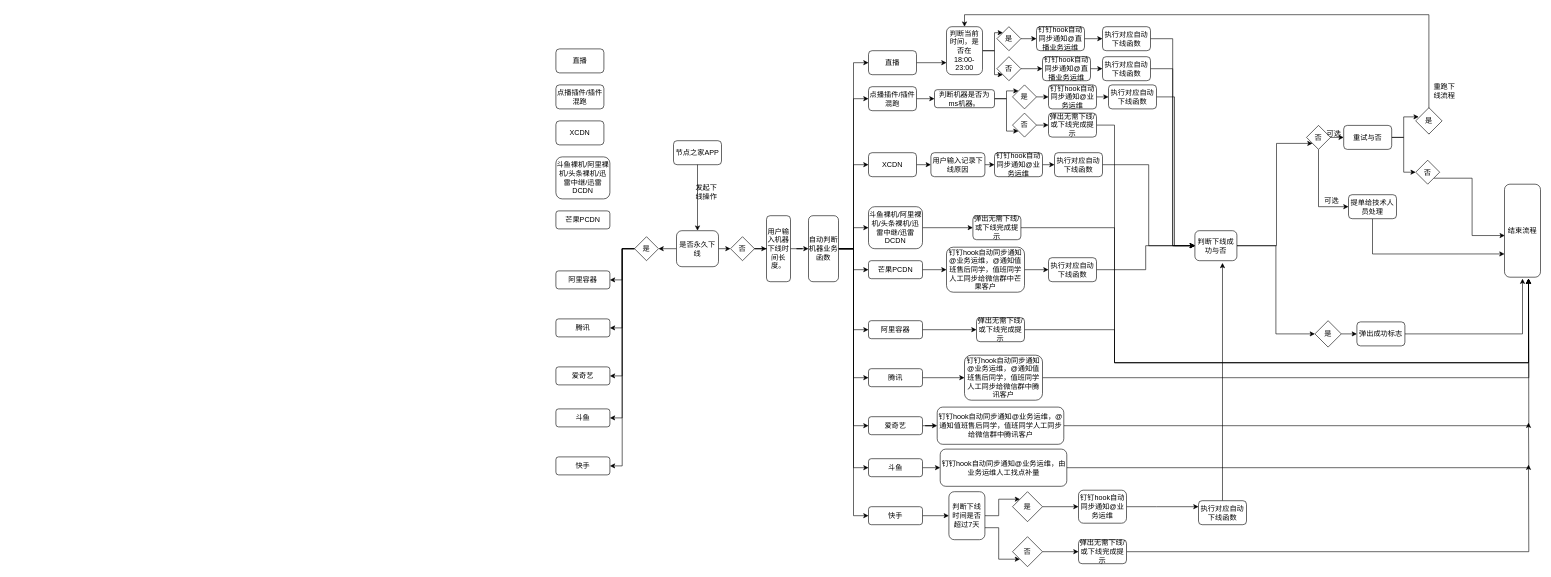
Above: Auto_Outline.drawio in Henryblankwu/untitled7 (draw.io), before the change. Source tidied: cells renumbered, new cells numbered last; positions are measured from the earlier drawing's top-left corner, leaving out a move shared by most shapes. Both pictures are drawn from the tidied source at 60%, with x=0, y=0 at pixel (556, 14).
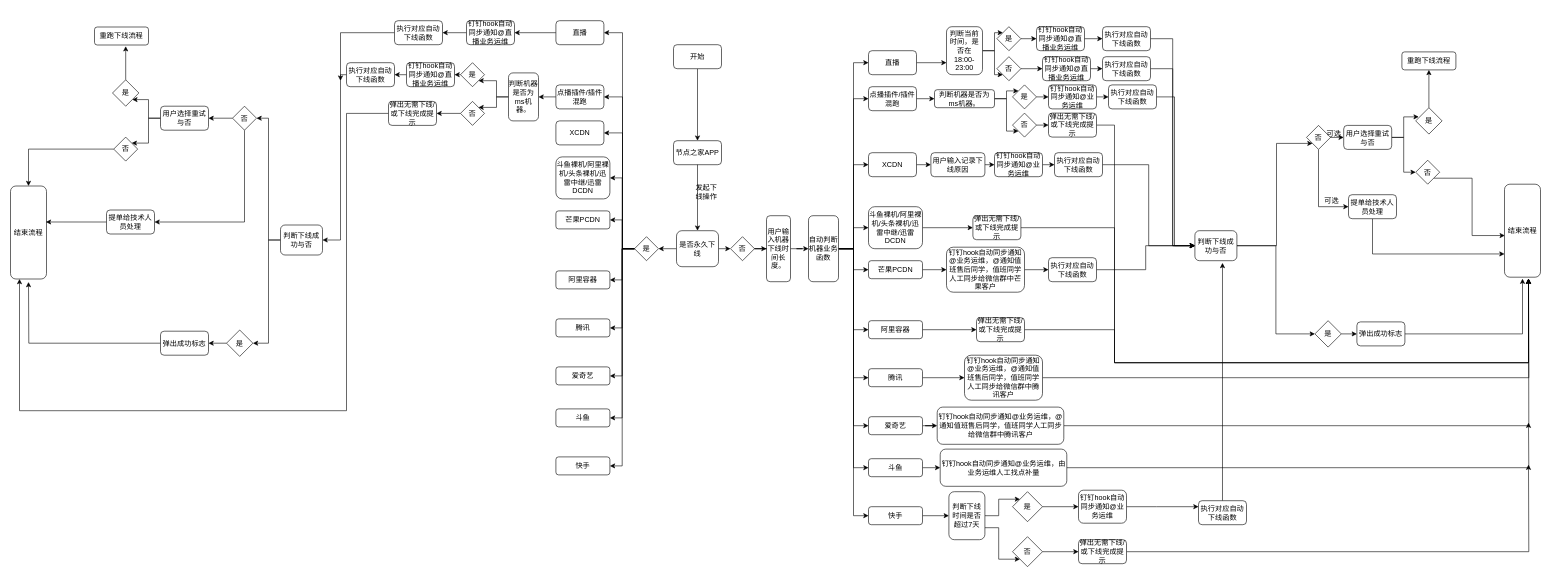
The same page after the edit.

The change refers to these unchanged cells:
```xml
<mxCell id="2" value="节点之家APP" style="rounded=1;whiteSpace=wrap;html=1;" parent="1" vertex="1">
  <mxGeometry x="196" y="210" width="80" height="40" as="geometry" />
</mxCell>
<mxCell id="26" value="判断当前时间，是否在18:00-23:00" style="rounded=1;whiteSpace=wrap;html=1;" parent="1" vertex="1">
  <mxGeometry x="651" y="20" width="60" height="80" as="geometry" />
</mxCell>
<mxCell id="62" value="是" style="rhombus;whiteSpace=wrap;html=1;" parent="1" vertex="1">
  <mxGeometry x="1433" y="155" width="44" height="44" as="geometry" />
</mxCell>
<mxCell id="91" value="是" style="rhombus;whiteSpace=wrap;html=1;" parent="1" vertex="1">
  <mxGeometry x="131" y="370" width="40" height="40" as="geometry" />
</mxCell>
<mxCell id="92" value="点播插件/插件混跑" style="rounded=1;whiteSpace=wrap;html=1;" parent="1" vertex="1">
  <mxGeometry y="117" width="80" height="40" as="geometry" />
</mxCell>
<mxCell id="94" value="XCDN" style="rounded=1;whiteSpace=wrap;html=1;" parent="1" vertex="1">
  <mxGeometry y="177" width="80" height="40" as="geometry" />
</mxCell>
<mxCell id="95" value="斗鱼裸机/阿里裸机/头条裸机/迅雷中继/迅雷DCDN" style="rounded=1;whiteSpace=wrap;html=1;" parent="1" vertex="1">
  <mxGeometry y="237" width="90" height="70" as="geometry" />
</mxCell>
<mxCell id="96" value="芒果PCDN" style="rounded=1;whiteSpace=wrap;html=1;" parent="1" vertex="1">
  <mxGeometry y="327" width="90" height="30" as="geometry" />
</mxCell>
```

The edit, as a diff of the source:
```diff
@@
-    <mxCell id="54" value="重试与否" style="rounded=1;whiteSpace=wrap;html=1;" parent="1" vertex="1">
+    <mxCell id="54" value="用户选择重试与否" style="rounded=1;whiteSpace=wrap;html=1;" parent="1" vertex="1">
       <mxGeometry x="1313" y="184.5" width="80" height="40" as="geometry" />
     </mxCell>
@@
-    <mxCell id="61" style="edgeStyle=orthogonalEdgeStyle;rounded=0;jettySize=auto;html=1;exitX=0.5;exitY=1;exitDx=0;exitDy=0;entryX=0.5;entryY=0;entryDx=0;entryDy=0;" parent="1" edge="1" source="62" target="26">
-      <mxGeometry relative="1" as="geometry">
-        <Array as="points">
-          <mxPoint x="1455" />
-          <mxPoint x="681" />
-        </Array>
-      </mxGeometry>
-    </mxCell>
+    <mxCell id="143" style="edgeStyle=orthogonalEdgeStyle;rounded=0;jettySize=auto;html=1;exitX=0.5;exitY=0;exitDx=0;exitDy=0;entryX=0.5;entryY=1;entryDx=0;entryDy=0;" parent="1" edge="1" source="62" target="170">
+      <mxGeometry relative="1" as="geometry" />
+    </mxCell>
@@
+    <mxCell id="144" style="edgeStyle=orthogonalEdgeStyle;rounded=0;jettySize=auto;html=1;exitX=0;exitY=0.5;exitDx=0;exitDy=0;entryX=1;entryY=0.5;entryDx=0;entryDy=0;" parent="1" edge="1" source="91" target="96">
+      <mxGeometry relative="1" as="geometry" />
+    </mxCell>
+    <mxCell id="145" style="edgeStyle=orthogonalEdgeStyle;rounded=0;jettySize=auto;html=1;exitX=0;exitY=0.5;exitDx=0;exitDy=0;entryX=1;entryY=0.5;entryDx=0;entryDy=0;" parent="1" edge="1" source="91" target="95">
+      <mxGeometry relative="1" as="geometry" />
+    </mxCell>
+    <mxCell id="146" style="edgeStyle=orthogonalEdgeStyle;rounded=0;jettySize=auto;html=1;exitX=0;exitY=0.5;exitDx=0;exitDy=0;entryX=1;entryY=0.5;entryDx=0;entryDy=0;" parent="1" edge="1" source="91" target="94">
+      <mxGeometry relative="1" as="geometry">
+        <Array as="points">
+          <mxPoint x="111" y="390" />
+          <mxPoint x="111" y="197" />
+        </Array>
+      </mxGeometry>
+    </mxCell>
+    <mxCell id="147" style="edgeStyle=orthogonalEdgeStyle;rounded=0;jettySize=auto;html=1;exitX=0;exitY=0.5;exitDx=0;exitDy=0;entryX=1;entryY=0.5;entryDx=0;entryDy=0;" parent="1" edge="1" source="91" target="92">
+      <mxGeometry relative="1" as="geometry">
+        <Array as="points">
+          <mxPoint x="111" y="390" />
+          <mxPoint x="111" y="137" />
+        </Array>
+      </mxGeometry>
+    </mxCell>
+    <mxCell id="148" style="edgeStyle=orthogonalEdgeStyle;rounded=0;jettySize=auto;html=1;exitX=0;exitY=0.5;exitDx=0;exitDy=0;entryX=1;entryY=0.5;entryDx=0;entryDy=0;" parent="1" edge="1" source="91" target="93">
+      <mxGeometry relative="1" as="geometry">
+        <Array as="points">
+          <mxPoint x="111" y="390" />
+          <mxPoint x="111" y="30" />
+        </Array>
+      </mxGeometry>
+    </mxCell>
@@
+    <mxCell id="149" style="edgeStyle=orthogonalEdgeStyle;rounded=0;jettySize=auto;html=1;exitX=0;exitY=0.5;exitDx=0;exitDy=0;entryX=1;entryY=0.5;entryDx=0;entryDy=0;" parent="1" edge="1" source="92" target="181">
+      <mxGeometry relative="1" as="geometry" />
+    </mxCell>
@@
+    <mxCell id="150" style="edgeStyle=orthogonalEdgeStyle;rounded=0;jettySize=auto;html=1;exitX=0;exitY=0.5;exitDx=0;exitDy=0;entryX=1;entryY=0.5;entryDx=0;entryDy=0;" parent="1" edge="1" source="93" target="152">
+      <mxGeometry relative="1" as="geometry" />
+    </mxCell>
     <mxCell id="93" value="直播" style="rounded=1;whiteSpace=wrap;html=1;" parent="1" vertex="1">
-      <mxGeometry y="57" width="80" height="40" as="geometry" />
+      <mxGeometry y="10" width="80" height="40" as="geometry" />
     </mxCell>
@@
-    <mxCell id="109" value="重跑下线流程" style="text;html=1;strokeColor=none;fillColor=none;align=center;verticalAlign=middle;whiteSpace=wrap;rounded=0;" parent="1" vertex="1">
-      <mxGeometry x="1461" y="117" width="40" height="20" as="geometry" />
-    </mxCell>
@@
+    <mxCell id="151" style="edgeStyle=orthogonalEdgeStyle;rounded=0;jettySize=auto;html=1;exitX=0;exitY=0.5;exitDx=0;exitDy=0;entryX=1;entryY=0.5;entryDx=0;entryDy=0;" parent="1" edge="1" source="152" target="154">
+      <mxGeometry relative="1" as="geometry" />
+    </mxCell>
+    <mxCell id="152" value="钉钉hook自动同步通知@直播业务运维" style="rounded=1;whiteSpace=wrap;html=1;" parent="1" vertex="1">
+      <mxGeometry x="-149" y="10" width="80" height="40" as="geometry" />
+    </mxCell>
+    <mxCell id="153" style="edgeStyle=orthogonalEdgeStyle;rounded=0;jettySize=auto;html=1;exitX=0;exitY=0.5;exitDx=0;exitDy=0;entryX=1;entryY=0.5;entryDx=0;entryDy=0;" parent="1" edge="1" source="154" target="157">
+      <mxGeometry relative="1" as="geometry">
+        <Array as="points">
+          <mxPoint x="-359" y="30" />
+          <mxPoint x="-359" y="376" />
+        </Array>
+      </mxGeometry>
+    </mxCell>
+    <mxCell id="154" value="执行对应自动下线函数" style="rounded=1;whiteSpace=wrap;html=1;" parent="1" vertex="1">
+      <mxGeometry x="-269" y="10" width="80" height="40" as="geometry" />
+    </mxCell>
+    <mxCell id="155" style="edgeStyle=orthogonalEdgeStyle;rounded=0;jettySize=auto;html=1;exitX=0;exitY=0.5;exitDx=0;exitDy=0;entryX=1;entryY=0.5;entryDx=0;entryDy=0;" parent="1" edge="1" source="157" target="164">
+      <mxGeometry relative="1" as="geometry" />
+    </mxCell>
+    <mxCell id="156" style="edgeStyle=orthogonalEdgeStyle;rounded=0;jettySize=auto;html=1;exitX=0;exitY=0.5;exitDx=0;exitDy=0;entryX=1;entryY=0.5;entryDx=0;entryDy=0;" parent="1" edge="1" source="157" target="161">
+      <mxGeometry relative="1" as="geometry">
+        <Array as="points">
+          <mxPoint x="-479" y="375.5" />
+          <mxPoint x="-479" y="547.5" />
+        </Array>
+      </mxGeometry>
+    </mxCell>
+    <mxCell id="157" value="&lt;span&gt;判断下线成功与否&lt;/span&gt;" style="rounded=1;whiteSpace=wrap;html=1;" parent="1" vertex="1">
+      <mxGeometry x="-459" y="350.5" width="70" height="50" as="geometry" />
+    </mxCell>
+    <mxCell id="158" style="edgeStyle=orthogonalEdgeStyle;rounded=0;jettySize=auto;html=1;exitX=0.5;exitY=1;exitDx=0;exitDy=0;" parent="1" edge="1" source="159" target="2">
+      <mxGeometry relative="1" as="geometry" />
+    </mxCell>
+    <mxCell id="159" value="开始" style="rounded=1;whiteSpace=wrap;html=1;" parent="1" vertex="1">
+      <mxGeometry x="196" y="50" width="80" height="40" as="geometry" />
+    </mxCell>
+    <mxCell id="160" style="edgeStyle=orthogonalEdgeStyle;rounded=0;jettySize=auto;html=1;exitX=0;exitY=0.5;exitDx=0;exitDy=0;entryX=1;entryY=0.5;entryDx=0;entryDy=0;" parent="1" edge="1" source="161" target="175">
+      <mxGeometry relative="1" as="geometry" />
+    </mxCell>
+    <mxCell id="161" value="是" style="rhombus;whiteSpace=wrap;html=1;" parent="1" vertex="1">
+      <mxGeometry x="-549" y="525.5" width="44" height="44" as="geometry" />
+    </mxCell>
+    <mxCell id="162" style="edgeStyle=orthogonalEdgeStyle;rounded=0;jettySize=auto;html=1;exitX=0;exitY=0.5;exitDx=0;exitDy=0;entryX=1;entryY=0.5;entryDx=0;entryDy=0;" parent="1" edge="1" source="164" target="167">
+      <mxGeometry relative="1" as="geometry" />
+    </mxCell>
+    <mxCell id="163" style="edgeStyle=orthogonalEdgeStyle;rounded=0;jettySize=auto;html=1;exitX=0.5;exitY=1;exitDx=0;exitDy=0;entryX=1;entryY=0.5;entryDx=0;entryDy=0;" parent="1" edge="1" source="164" target="178">
+      <mxGeometry relative="1" as="geometry" />
+    </mxCell>
+    <mxCell id="164" value="否" style="rhombus;whiteSpace=wrap;html=1;" parent="1" vertex="1">
+      <mxGeometry x="-539" y="152.5" width="40" height="40" as="geometry" />
+    </mxCell>
+    <mxCell id="165" style="edgeStyle=orthogonalEdgeStyle;rounded=0;jettySize=auto;html=1;exitX=0;exitY=0.5;exitDx=0;exitDy=0;entryX=1;entryY=1;entryDx=0;entryDy=0;" parent="1" edge="1" source="167" target="169">
+      <mxGeometry relative="1" as="geometry" />
+    </mxCell>
+    <mxCell id="166" style="edgeStyle=orthogonalEdgeStyle;rounded=0;jettySize=auto;html=1;exitX=0;exitY=0.5;exitDx=0;exitDy=0;entryX=1;entryY=0;entryDx=0;entryDy=0;" parent="1" edge="1" source="167" target="173">
+      <mxGeometry relative="1" as="geometry">
+        <Array as="points">
+          <mxPoint x="-679" y="172.5" />
+          <mxPoint x="-679" y="214.5" />
+        </Array>
+      </mxGeometry>
+    </mxCell>
+    <mxCell id="167" value="用户选择重试与否" style="rounded=1;whiteSpace=wrap;html=1;" parent="1" vertex="1">
+      <mxGeometry x="-659" y="152.5" width="80" height="40" as="geometry" />
+    </mxCell>
+    <mxCell id="168" style="edgeStyle=orthogonalEdgeStyle;rounded=0;jettySize=auto;html=1;exitX=0.5;exitY=0;exitDx=0;exitDy=0;entryX=0.578;entryY=1.067;entryDx=0;entryDy=0;entryPerimeter=0;" parent="1" edge="1" source="169" target="171">
+      <mxGeometry relative="1" as="geometry" />
+    </mxCell>
+    <mxCell id="169" value="是" style="rhombus;whiteSpace=wrap;html=1;" parent="1" vertex="1">
+      <mxGeometry x="-739" y="108.5" width="44" height="44" as="geometry" />
+    </mxCell>
+    <mxCell id="170" value="&lt;span&gt;重跑下线流程&lt;/span&gt;" style="rounded=1;whiteSpace=wrap;html=1;" parent="1" vertex="1">
+      <mxGeometry x="1410" y="62" width="90" height="30" as="geometry" />
+    </mxCell>
+    <mxCell id="171" value="&lt;span&gt;重跑下线流程&lt;/span&gt;" style="rounded=1;whiteSpace=wrap;html=1;" parent="1" vertex="1">
+      <mxGeometry x="-769" y="20.5" width="90" height="30" as="geometry" />
+    </mxCell>
+    <mxCell id="172" style="edgeStyle=orthogonalEdgeStyle;rounded=0;jettySize=auto;html=1;exitX=0;exitY=0.5;exitDx=0;exitDy=0;" parent="1" edge="1" source="173" target="176">
+      <mxGeometry relative="1" as="geometry" />
+    </mxCell>
+    <mxCell id="173" value="否" style="rhombus;whiteSpace=wrap;html=1;" parent="1" vertex="1">
+      <mxGeometry x="-737" y="204" width="40" height="40" as="geometry" />
+    </mxCell>
+    <mxCell id="174" style="edgeStyle=orthogonalEdgeStyle;rounded=0;jettySize=auto;html=1;exitX=0;exitY=0.5;exitDx=0;exitDy=0;" parent="1" edge="1" source="175">
+      <mxGeometry relative="1" as="geometry">
+        <mxPoint x="-879" y="445.5" as="targetPoint" />
+      </mxGeometry>
+    </mxCell>
+    <mxCell id="175" value="弹出成功标志" style="rounded=1;whiteSpace=wrap;html=1;" parent="1" vertex="1">
+      <mxGeometry x="-659" y="527.5" width="80" height="40" as="geometry" />
+    </mxCell>
+    <mxCell id="176" value="结束流程" style="rounded=1;whiteSpace=wrap;html=1;" parent="1" vertex="1">
+      <mxGeometry x="-909" y="285.5" width="60" height="155" as="geometry" />
+    </mxCell>
+    <mxCell id="177" style="edgeStyle=orthogonalEdgeStyle;rounded=0;jettySize=auto;html=1;exitX=0;exitY=0.5;exitDx=0;exitDy=0;entryX=0.983;entryY=0.387;entryDx=0;entryDy=0;entryPerimeter=0;" parent="1" edge="1" source="178" target="176">
+      <mxGeometry relative="1" as="geometry" />
+    </mxCell>
+    <mxCell id="178" value="提单给技术人员处理" style="rounded=1;whiteSpace=wrap;html=1;" parent="1" vertex="1">
+      <mxGeometry x="-749" y="325.5" width="80" height="40" as="geometry" />
+    </mxCell>
+    <mxCell id="179" style="edgeStyle=orthogonalEdgeStyle;rounded=0;jettySize=auto;html=1;exitX=0;exitY=0.5;exitDx=0;exitDy=0;entryX=1;entryY=1;entryDx=0;entryDy=0;" parent="1" edge="1" source="181" target="183">
+      <mxGeometry relative="1" as="geometry" />
+    </mxCell>
+    <mxCell id="180" style="edgeStyle=orthogonalEdgeStyle;rounded=0;jettySize=auto;html=1;exitX=0;exitY=0.5;exitDx=0;exitDy=0;entryX=1;entryY=0;entryDx=0;entryDy=0;" parent="1" edge="1" source="181" target="185">
+      <mxGeometry relative="1" as="geometry" />
+    </mxCell>
+    <mxCell id="181" value="判断机器是否为ms机器。" style="rounded=1;whiteSpace=wrap;html=1;" parent="1" vertex="1">
+      <mxGeometry x="-79" y="97" width="50" height="80" as="geometry" />
+    </mxCell>
+    <mxCell id="182" style="edgeStyle=orthogonalEdgeStyle;rounded=0;jettySize=auto;html=1;exitX=0;exitY=0.5;exitDx=0;exitDy=0;entryX=1;entryY=0.5;entryDx=0;entryDy=0;" parent="1" edge="1" source="183" target="189">
+      <mxGeometry relative="1" as="geometry" />
+    </mxCell>
+    <mxCell id="183" value="是" style="rhombus;whiteSpace=wrap;html=1;" parent="1" vertex="1">
+      <mxGeometry x="-159" y="80" width="40" height="40" as="geometry" />
+    </mxCell>
+    <mxCell id="184" style="edgeStyle=orthogonalEdgeStyle;rounded=0;jettySize=auto;html=1;exitX=0;exitY=0.5;exitDx=0;exitDy=0;entryX=1;entryY=0.5;entryDx=0;entryDy=0;" parent="1" edge="1" source="185" target="187">
+      <mxGeometry relative="1" as="geometry" />
+    </mxCell>
+    <mxCell id="185" value="否" style="rhombus;whiteSpace=wrap;html=1;" parent="1" vertex="1">
+      <mxGeometry x="-159" y="144.5" width="40" height="40" as="geometry" />
+    </mxCell>
+    <mxCell id="186" style="edgeStyle=orthogonalEdgeStyle;rounded=0;jettySize=auto;html=1;exitX=0;exitY=0.5;exitDx=0;exitDy=0;entryX=0.25;entryY=1;entryDx=0;entryDy=0;" parent="1" edge="1" source="187" target="176">
+      <mxGeometry relative="1" as="geometry">
+        <Array as="points">
+          <mxPoint x="-349" y="165" />
+          <mxPoint x="-349" y="660" />
+          <mxPoint x="-894" y="660" />
+        </Array>
+      </mxGeometry>
+    </mxCell>
+    <mxCell id="187" value="弹出无需下线/或下线完成提示" style="rounded=1;whiteSpace=wrap;html=1;" parent="1" vertex="1">
+      <mxGeometry x="-279" y="144.5" width="80" height="40" as="geometry" />
+    </mxCell>
+    <mxCell id="188" style="edgeStyle=orthogonalEdgeStyle;rounded=0;jettySize=auto;html=1;exitX=0;exitY=0.5;exitDx=0;exitDy=0;entryX=1;entryY=0.5;entryDx=0;entryDy=0;" parent="1" edge="1" source="189" target="191">
+      <mxGeometry relative="1" as="geometry" />
+    </mxCell>
+    <mxCell id="189" value="钉钉hook自动同步通知@直播业务运维" style="rounded=1;whiteSpace=wrap;html=1;" parent="1" vertex="1">
+      <mxGeometry x="-249" y="80" width="80" height="40" as="geometry" />
+    </mxCell>
+    <mxCell id="190" style="edgeStyle=orthogonalEdgeStyle;rounded=0;jettySize=auto;html=1;exitX=0;exitY=0.5;exitDx=0;exitDy=0;" parent="1" edge="1" source="191">
+      <mxGeometry relative="1" as="geometry">
+        <mxPoint x="-359" y="110" as="targetPoint" />
+      </mxGeometry>
+    </mxCell>
+    <mxCell id="191" value="执行对应自动下线函数" style="rounded=1;whiteSpace=wrap;html=1;" parent="1" vertex="1">
+      <mxGeometry x="-349" y="80" width="80" height="40" as="geometry" />
+    </mxCell>
```
